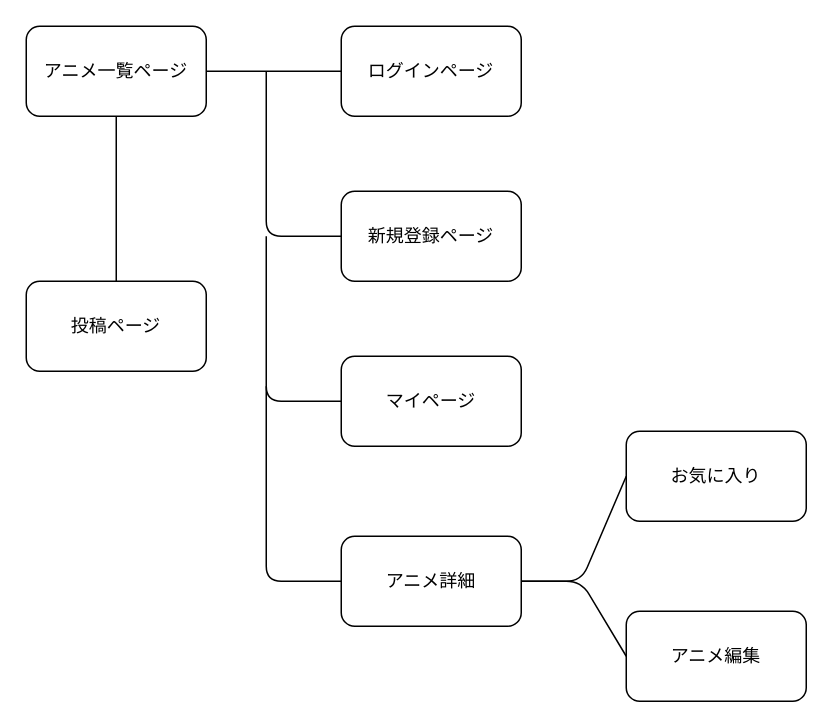
The draw.io diagram 遷移図.dio in meccheruda/Anime_companion, before the edit. Source tidied: cells renumbered, new cells numbered last; positions are measured from the earlier drawing's top-left corner, leaving out a move shared by most shapes. Both pictures are drawn from the tidied source at 150%, with x=0, y=0 at pixel (26, 26).
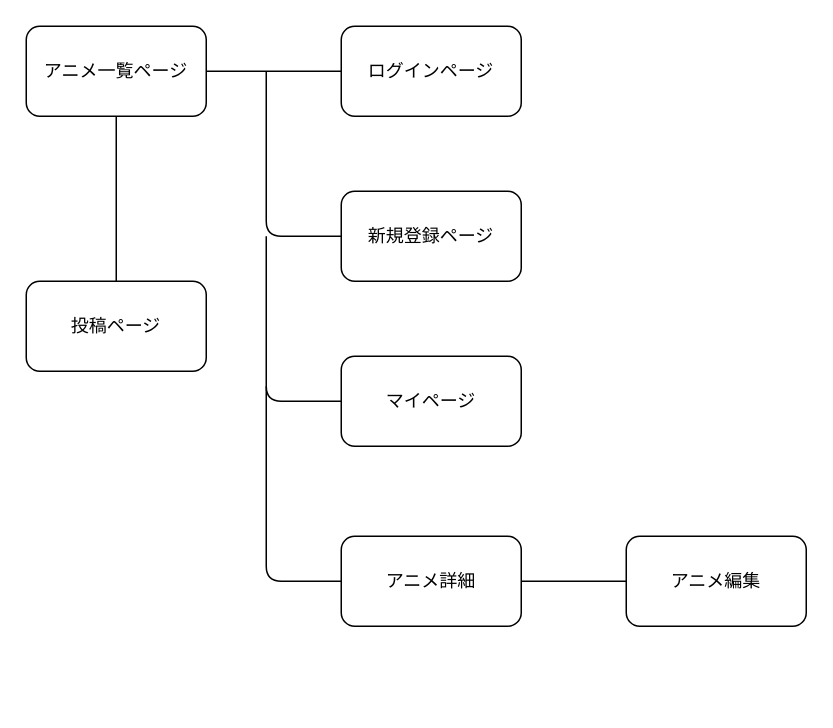
After the change.

Unchanged cells that the change refers to:
```xml
<mxCell id="14" value="アニメ詳細" style="rounded=1;whiteSpace=wrap;html=1;" parent="1" vertex="1">
  <mxGeometry x="210" y="340" width="120" height="60" as="geometry" />
</mxCell>
```

What changed in the source:
```diff
@@
-    <mxCell id="13" style="edgeStyle=none;html=1;exitX=1;exitY=0.5;exitDx=0;exitDy=0;entryX=0;entryY=0.5;entryDx=0;entryDy=0;endArrow=none;endFill=0;" parent="1" edge="1" source="14" target="15">
-      <mxGeometry relative="1" as="geometry">
-        <Array as="points">
-          <mxPoint x="370" y="370" />
-        </Array>
-      </mxGeometry>
-    </mxCell>
@@
-    <mxCell id="15" value="お気に入り" style="rounded=1;whiteSpace=wrap;html=1;" parent="1" vertex="1">
-      <mxGeometry x="400" y="270" width="120" height="60" as="geometry" />
-    </mxCell>
     <mxCell id="16" value="アニメ編集" style="rounded=1;whiteSpace=wrap;html=1;" parent="1" vertex="1">
-      <mxGeometry x="400" y="390" width="120" height="60" as="geometry" />
+      <mxGeometry x="400" y="340" width="120" height="60" as="geometry" />
     </mxCell>
```
